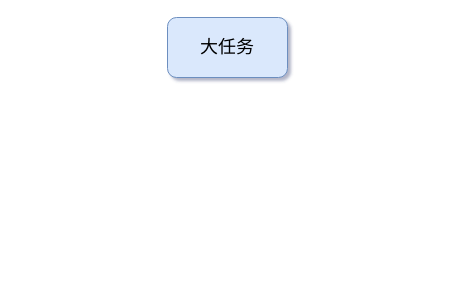
Above: 未命名绘图.drawio in AruNi-01/draw.io-repo (draw.io), before the change. Source tidied: cells renumbered, new cells numbered last; positions are measured from the earlier drawing's top-left corner, leaving out a move shared by most shapes. Both pictures are drawn from the tidied source at 100%, with x=0, y=0 at pixel (167, 17).
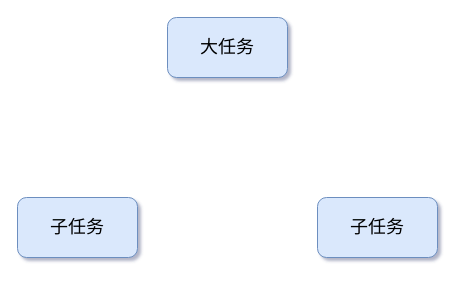
The same page after the edit.

Commit message (it also covers changes not shown here):
更新未命名绘图.drawio

The edit, as a diff of the source:
```diff
@@
 <mxGraphModel shadow="1">
   <root>
     <mxCell id="0" />
     <mxCell id="1" parent="0" />
     <mxCell id="2" value="&lt;font style=&quot;font-size: 18px;&quot;&gt;大任务&lt;/font&gt;" style="rounded=1;whiteSpace=wrap;html=1;fillColor=#dae8fc;strokeColor=#6c8ebf;" parent="1" vertex="1">
       <mxGeometry width="120" height="60" as="geometry" />
     </mxCell>
+    <mxCell id="3" value="&lt;font style=&quot;font-size: 18px;&quot;&gt;子任务&lt;/font&gt;" style="whiteSpace=wrap;html=1;fillColor=#dae8fc;strokeColor=#6c8ebf;rounded=1;" parent="1" vertex="1">
+      <mxGeometry x="-150" y="180" width="120" height="60" as="geometry" />
+    </mxCell>
+    <mxCell id="4" value="&lt;font style=&quot;font-size: 18px;&quot;&gt;子任务&lt;/font&gt;" style="whiteSpace=wrap;html=1;fillColor=#dae8fc;strokeColor=#6c8ebf;rounded=1;" parent="1" vertex="1">
+      <mxGeometry x="150" y="180" width="120" height="60" as="geometry" />
+    </mxCell>
   </root>
 </mxGraphModel>
```
